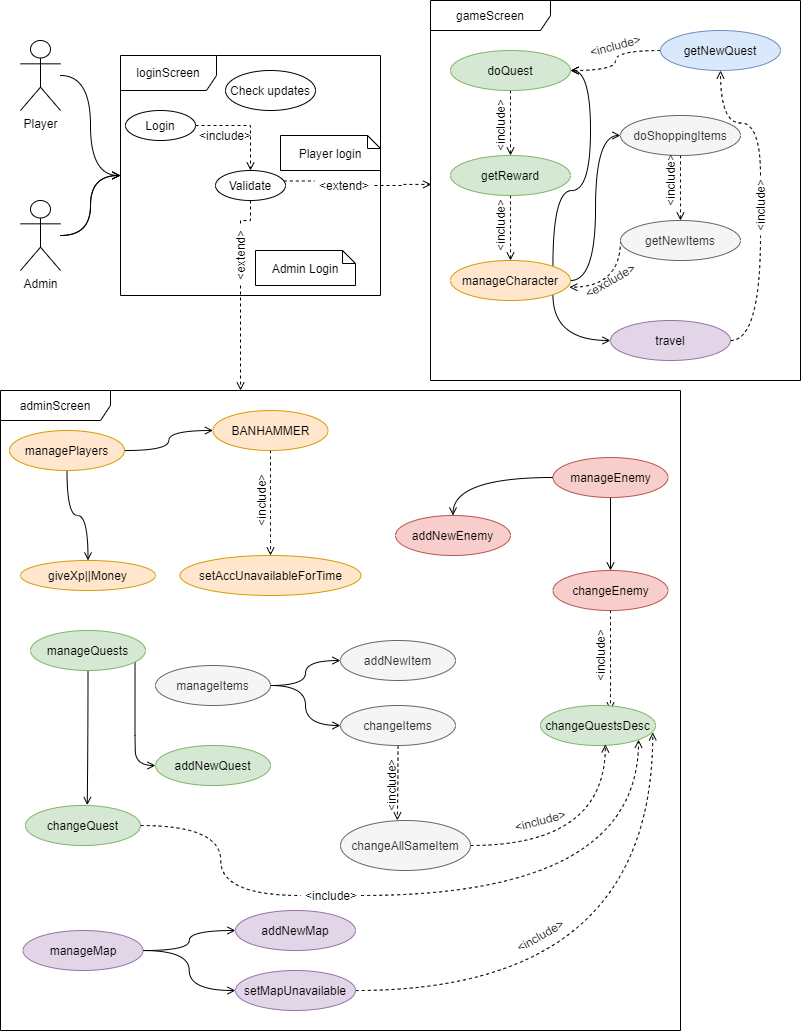
This is ER-UML/useCase.png from KDMashy/ShiMaKeeONLINE, a draw.io export, as it was before one commit. Source tidied: cells renumbered, new cells last; positions are measured from the earlier drawing's top-left corner, leaving out a move shared by most shapes.
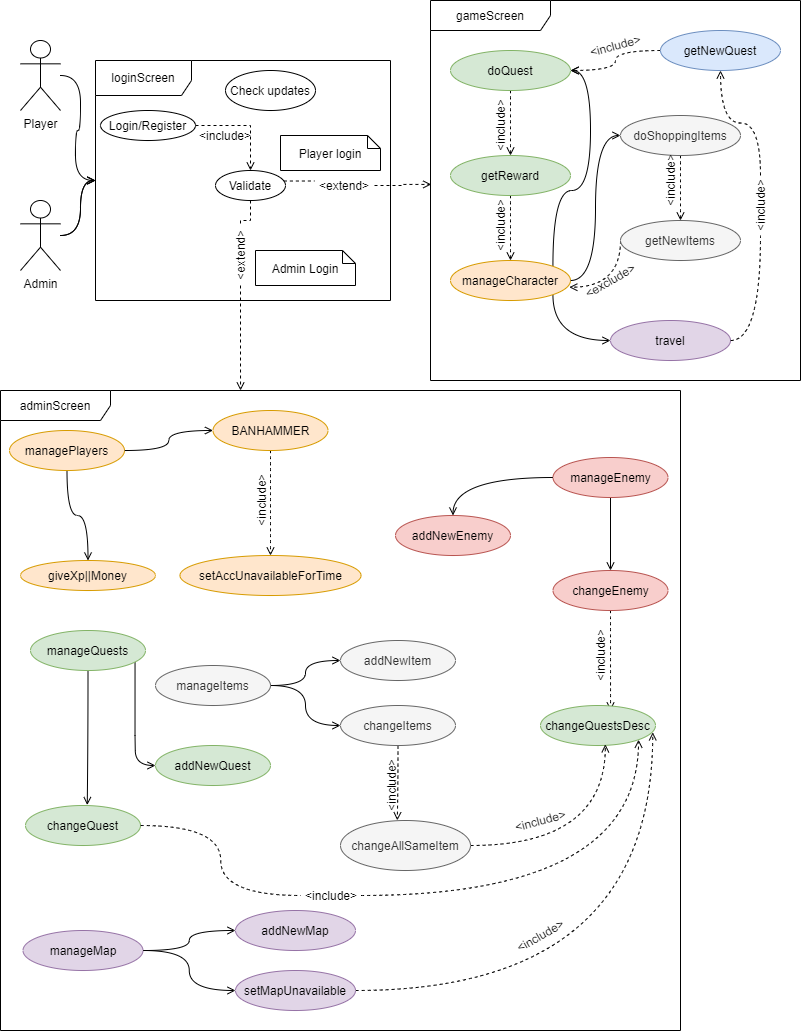
The same diagram one commit later.

Change to the diagram source:
```diff
@@ -20,8 +20,8 @@
     <mxCell id="7" style="edgeStyle=orthogonalEdgeStyle;rounded=0;jettySize=auto;html=1;dashed=1;endArrow=open;endFill=0;" parent="1" edge="1" source="8" target="11">
       <mxGeometry relative="1" as="geometry" />
     </mxCell>
-    <mxCell id="8" value="Login" style="ellipse;whiteSpace=wrap;html=1;" parent="1" vertex="1">
-      <mxGeometry x="125" y="110" width="70" height="30" as="geometry" />
+    <mxCell id="8" value="Login/Register" style="ellipse;whiteSpace=wrap;html=1;" parent="1" vertex="1">
+      <mxGeometry x="100" y="110" width="95" height="30" as="geometry" />
     </mxCell>
     <mxCell id="9" style="edgeStyle=orthogonalEdgeStyle;rounded=0;jettySize=auto;html=1;endArrow=open;endFill=0;dashed=1;startArrow=none;entryX=0.353;entryY=0;entryDx=0;entryDy=0;entryPerimeter=0;" parent="1" edge="1" source="39" target="14">
       <mxGeometry relative="1" as="geometry">
@@ -143,7 +143,7 @@
       <mxGeometry relative="1" as="geometry" />
     </mxCell>
     <mxCell id="41" value="loginScreen&lt;br&gt;" style="shape=umlFrame;whiteSpace=wrap;html=1;width=96;height=35;" parent="1" vertex="1">
-      <mxGeometry x="120" y="55" width="260" height="240" as="geometry" />
+      <mxGeometry x="95" y="60" width="295" height="240" as="geometry" />
     </mxCell>
     <mxCell id="42" style="edgeStyle=orthogonalEdgeStyle;curved=1;rounded=0;jettySize=auto;html=1;entryX=0.99;entryY=0.668;entryDx=0;entryDy=0;entryPerimeter=0;dashed=1;endArrow=open;endFill=0;" parent="1" edge="1" source="43" target="25">
       <mxGeometry relative="1" as="geometry">
```
